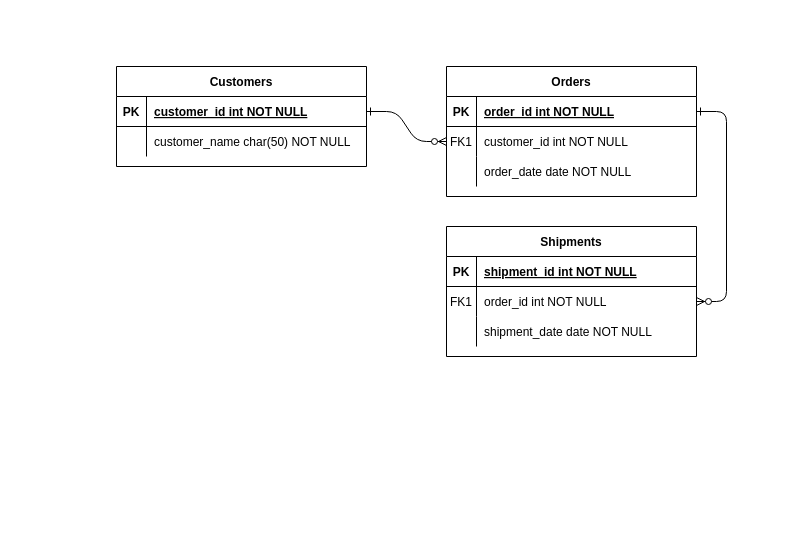
This is MoneyPlease/MoneyPleaseDataChart.drawio from jmc37/MoneyPlease, a draw.io file, before an edit. Source tidied: cells renumbered, new cells numbered last; positions are measured from the earlier drawing's top-left corner, leaving out a move shared by most shapes. Both pictures are drawn from the tidied source at 100%, with x=0, y=0 at pixel (116, 66).
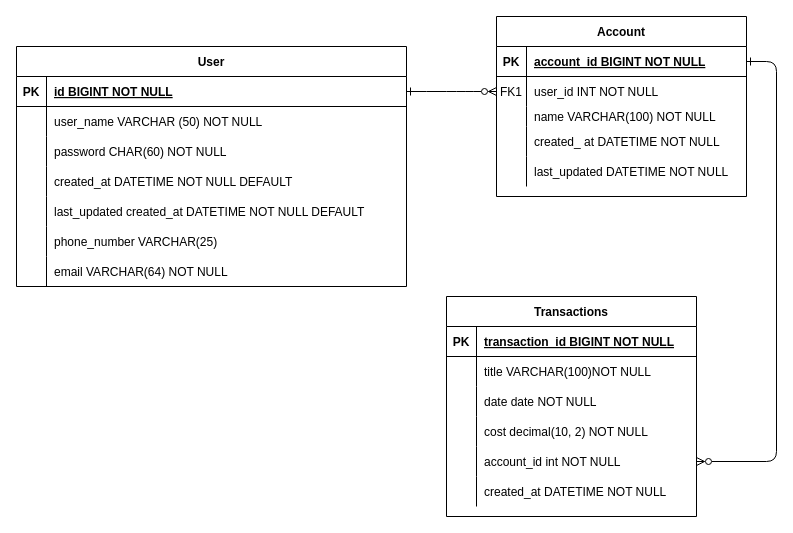
After the change.

The change refers to these unchanged cells:
```xml
<mxCell id="5" style="shape=partialRectangle;fillColor=none;points=[[0,0.5],[1,0.5]];portConstraint=eastwest;top=0;left=0;right=0;bottom=1;" parent="4" vertex="1">
  <mxGeometry y="30" width="250" height="30" as="geometry" />
</mxCell>
<mxCell id="8" style="shape=partialRectangle;fillColor=none;points=[[0,0.5],[1,0.5]];portConstraint=eastwest;top=0;left=0;right=0;bottom=0;" parent="4" vertex="1">
  <mxGeometry y="60" width="250" height="30" as="geometry" />
</mxCell>
<mxCell id="15" style="shape=partialRectangle;fillColor=none;top=0;left=0;right=0;bottom=1;" parent="14" vertex="1">
  <mxGeometry y="30" width="250" height="30" as="geometry" />
</mxCell>
<mxCell id="18" style="shape=partialRectangle;fillColor=none;points=[[0,0.5],[1,0.5]];portConstraint=eastwest;top=0;left=0;right=0;bottom=0;" parent="14" vertex="1">
  <mxGeometry y="60" width="250" height="30" as="geometry" />
</mxCell>
```

The edit, as a diff of the source:
```diff
@@
-    <mxCell id="2" style="edgeStyle=entityRelationEdgeStyle;endArrow=ERzeroToMany;startArrow=ERone;endFill=1;startFill=0;" parent="1" edge="1" source="25" target="8">
+    <mxCell id="2" style="edgeStyle=entityRelationEdgeStyle;endArrow=ERzeroToMany;startArrow=ERone;endFill=0;startFill=0;" parent="1" edge="1" source="25" target="8">
       <mxGeometry relative="1" as="geometry" />
     </mxCell>
-    <mxCell id="3" style="edgeStyle=entityRelationEdgeStyle;endArrow=ERzeroToMany;startArrow=ERone;endFill=1;startFill=0;" parent="1" edge="1" source="5" target="18">
+    <mxCell id="3" style="edgeStyle=entityRelationEdgeStyle;endArrow=ERzeroToMany;startArrow=ERone;endFill=0;startFill=0;" parent="1" edge="1" source="5" target="42">
       <mxGeometry relative="1" as="geometry" />
     </mxCell>
-    <mxCell id="4" value="Orders" style="shape=table;startSize=30;childLayout=tableLayout;rowLines=0;fontStyle=1;align=center;" parent="1" vertex="1">
-      <mxGeometry x="330" width="250" height="130" as="geometry" />
+    <mxCell id="4" value="Account" style="shape=table;startSize=30;childLayout=tableLayout;rowLines=0;fontStyle=1;align=center;" parent="1" vertex="1">
+      <mxGeometry x="380" y="-50" width="250" height="180" as="geometry" />
     </mxCell>
@@
-    <mxCell id="7" value="order_id int NOT NULL " style="shape=partialRectangle;overflow=hidden;fillColor=none;top=0;left=0;bottom=0;right=0;align=left;spacingLeft=6;fontStyle=5;" parent="5" vertex="1">
+    <mxCell id="7" value="account_id BIGINT NOT NULL" style="shape=partialRectangle;overflow=hidden;fillColor=none;top=0;left=0;bottom=0;right=0;align=left;spacingLeft=6;fontStyle=5;" parent="5" vertex="1">
       <mxGeometry x="30" width="220" height="30" as="geometry" />
     </mxCell>
@@
-    <mxCell id="10" value="customer_id int NOT NULL" style="shape=partialRectangle;overflow=hidden;fillColor=none;top=0;left=0;bottom=0;right=0;align=left;spacingLeft=6;" parent="8" vertex="1">
+    <mxCell id="10" value="user_id INT NOT NULL" style="shape=partialRectangle;overflow=hidden;fillColor=none;top=0;left=0;bottom=0;right=0;align=left;spacingLeft=6;" parent="8" vertex="1">
       <mxGeometry x="30" width="220" height="30" as="geometry" />
     </mxCell>
-    <mxCell id="11" style="shape=partialRectangle;fillColor=none;top=0;left=0;right=0;bottom=0;" parent="4" vertex="1">
-      <mxGeometry y="90" width="250" height="30" as="geometry" />
-    </mxCell>
-    <mxCell id="12" style="shape=partialRectangle;overflow=hidden;fillColor=none;top=0;left=0;bottom=0;right=0;" parent="11" vertex="1">
-      <mxGeometry width="30" height="30" as="geometry" />
-    </mxCell>
-    <mxCell id="13" value="order_date date NOT NULL" style="shape=partialRectangle;overflow=hidden;fillColor=none;top=0;left=0;bottom=0;right=0;align=left;spacingLeft=6;" parent="11" vertex="1">
-      <mxGeometry x="30" width="220" height="30" as="geometry" />
-    </mxCell>
+    <mxCell id="31" style="shape=partialRectangle;fillColor=none;top=0;left=0;right=0;bottom=0;" parent="4" vertex="1">
+      <mxGeometry y="90" width="250" height="20" as="geometry" />
+    </mxCell>
+    <mxCell id="32" style="shape=partialRectangle;overflow=hidden;fillColor=none;top=0;left=0;bottom=0;right=0;" parent="31" vertex="1">
+      <mxGeometry width="30" height="20" as="geometry" />
+    </mxCell>
+    <mxCell id="33" value="name VARCHAR(100) NOT NULL" style="shape=partialRectangle;overflow=hidden;fillColor=none;top=0;left=0;bottom=0;right=0;align=left;spacingLeft=6;" parent="31" vertex="1">
+      <mxGeometry x="30" width="220" height="20" as="geometry" />
+    </mxCell>
+    <mxCell id="34" style="shape=partialRectangle;fillColor=none;top=0;left=0;right=0;bottom=0;" parent="4" vertex="1">
+      <mxGeometry y="110" width="250" height="30" as="geometry" />
+    </mxCell>
+    <mxCell id="35" style="shape=partialRectangle;overflow=hidden;fillColor=none;top=0;left=0;bottom=0;right=0;" parent="34" vertex="1">
+      <mxGeometry width="30" height="30" as="geometry" />
+    </mxCell>
+    <mxCell id="36" value="created_ at DATETIME NOT NULL" style="shape=partialRectangle;overflow=hidden;fillColor=none;top=0;left=0;bottom=0;right=0;align=left;spacingLeft=6;" parent="34" vertex="1">
+      <mxGeometry x="30" width="220" height="30" as="geometry" />
+    </mxCell>
+    <mxCell id="37" style="shape=partialRectangle;fillColor=none;top=0;left=0;right=0;bottom=0;" parent="4" vertex="1">
+      <mxGeometry y="140" width="250" height="30" as="geometry" />
+    </mxCell>
+    <mxCell id="38" style="shape=partialRectangle;overflow=hidden;fillColor=none;top=0;left=0;bottom=0;right=0;" parent="37" vertex="1">
+      <mxGeometry width="30" height="30" as="geometry" />
+    </mxCell>
+    <mxCell id="39" value="last_updated DATETIME NOT NULL" style="shape=partialRectangle;overflow=hidden;fillColor=none;top=0;left=0;bottom=0;right=0;align=left;spacingLeft=6;" parent="37" vertex="1">
+      <mxGeometry x="30" width="220" height="30" as="geometry" />
+    </mxCell>
-    <mxCell id="14" value="Shipments" style="shape=table;startSize=30;childLayout=tableLayout;rowLines=0;fontStyle=1;align=center;" parent="1" vertex="1">
-      <mxGeometry x="330" y="160" width="250" height="130" as="geometry" />
+    <mxCell id="14" value="Transactions" style="shape=table;startSize=30;childLayout=tableLayout;rowLines=0;fontStyle=1;align=center;" parent="1" vertex="1">
+      <mxGeometry x="330" y="230" width="250" height="220" as="geometry" />
     </mxCell>
@@
-    <mxCell id="17" value="shipment_id int NOT NULL " style="shape=partialRectangle;overflow=hidden;fillColor=none;top=0;left=0;bottom=0;right=0;align=left;spacingLeft=6;fontStyle=5;" parent="15" vertex="1">
+    <mxCell id="17" value="transaction_id BIGINT NOT NULL" style="shape=partialRectangle;overflow=hidden;fillColor=none;top=0;left=0;bottom=0;right=0;align=left;spacingLeft=6;fontStyle=5;" parent="15" vertex="1">
       <mxGeometry x="30" width="220" height="30" as="geometry" />
     </mxCell>
@@
-    <mxCell id="19" value="FK1" style="shape=partialRectangle;overflow=hidden;fillColor=none;top=0;left=0;bottom=0;right=0;" parent="18" vertex="1">
+    <mxCell id="19" style="shape=partialRectangle;overflow=hidden;fillColor=none;top=0;left=0;bottom=0;right=0;" parent="18" vertex="1">
       <mxGeometry width="30" height="30" as="geometry" />
     </mxCell>
-    <mxCell id="20" value="order_id int NOT NULL" style="shape=partialRectangle;overflow=hidden;fillColor=none;top=0;left=0;bottom=0;right=0;align=left;spacingLeft=6;" parent="18" vertex="1">
+    <mxCell id="20" value="title VARCHAR(100)NOT NULL" style="shape=partialRectangle;overflow=hidden;fillColor=none;top=0;left=0;bottom=0;right=0;align=left;spacingLeft=6;" parent="18" vertex="1">
       <mxGeometry x="30" width="220" height="30" as="geometry" />
     </mxCell>
+    <mxCell id="11" style="shape=partialRectangle;fillColor=none;top=0;left=0;right=0;bottom=0;" parent="14" vertex="1">
+      <mxGeometry y="90" width="250" height="30" as="geometry" />
+    </mxCell>
+    <mxCell id="40" style="shape=partialRectangle;overflow=hidden;fillColor=none;top=0;left=0;bottom=0;right=0;" parent="11" vertex="1">
+      <mxGeometry width="30" height="30" as="geometry" />
+    </mxCell>
+    <mxCell id="41" value="date date NOT NULL" style="shape=partialRectangle;overflow=hidden;fillColor=none;top=0;left=0;bottom=0;right=0;align=left;spacingLeft=6;" parent="11" vertex="1">
+      <mxGeometry x="30" width="220" height="30" as="geometry" />
+    </mxCell>
     <mxCell id="21" style="shape=partialRectangle;fillColor=none;top=0;left=0;right=0;bottom=0;" parent="14" vertex="1">
-      <mxGeometry y="90" width="250" height="30" as="geometry" />
+      <mxGeometry y="120" width="250" height="30" as="geometry" />
     </mxCell>
@@
-    <mxCell id="23" value="shipment_date date NOT NULL" style="shape=partialRectangle;overflow=hidden;fillColor=none;top=0;left=0;bottom=0;right=0;align=left;spacingLeft=6;" parent="21" vertex="1">
+    <mxCell id="23" value="cost decimal(10, 2) NOT NULL" style="shape=partialRectangle;overflow=hidden;fillColor=none;top=0;left=0;bottom=0;right=0;align=left;spacingLeft=6;" parent="21" vertex="1">
       <mxGeometry x="30" width="220" height="30" as="geometry" />
     </mxCell>
+    <mxCell id="42" style="shape=partialRectangle;fillColor=none;points=[[0,0.5],[1,0.5]];portConstraint=eastwest;top=0;left=0;right=0;bottom=0;" parent="14" vertex="1">
+      <mxGeometry y="150" width="250" height="30" as="geometry" />
+    </mxCell>
+    <mxCell id="43" style="shape=partialRectangle;overflow=hidden;fillColor=none;top=0;left=0;bottom=0;right=0;" parent="42" vertex="1">
+      <mxGeometry width="30" height="30" as="geometry" />
+    </mxCell>
+    <mxCell id="44" value="account_id int NOT NULL" style="shape=partialRectangle;overflow=hidden;fillColor=none;top=0;left=0;bottom=0;right=0;align=left;spacingLeft=6;" parent="42" vertex="1">
+      <mxGeometry x="30" width="220" height="30" as="geometry" />
+    </mxCell>
+    <mxCell id="45" style="shape=partialRectangle;fillColor=none;top=0;left=0;right=0;bottom=0;" parent="14" vertex="1">
+      <mxGeometry y="180" width="250" height="30" as="geometry" />
+    </mxCell>
+    <mxCell id="46" style="shape=partialRectangle;overflow=hidden;fillColor=none;top=0;left=0;bottom=0;right=0;" parent="45" vertex="1">
+      <mxGeometry width="30" height="30" as="geometry" />
+    </mxCell>
+    <mxCell id="47" value="created_at DATETIME NOT NULL" style="shape=partialRectangle;overflow=hidden;fillColor=none;top=0;left=0;bottom=0;right=0;align=left;spacingLeft=6;" parent="45" vertex="1">
+      <mxGeometry x="30" width="220" height="30" as="geometry" />
+    </mxCell>
-    <mxCell id="24" value="Customers" style="shape=table;startSize=30;childLayout=tableLayout;rowLines=0;fontStyle=1;align=center;" parent="1" vertex="1">
-      <mxGeometry width="250" height="100" as="geometry" />
+    <mxCell id="24" value="User" style="shape=table;startSize=30;childLayout=tableLayout;rowLines=0;fontStyle=1;align=center;" parent="1" vertex="1">
+      <mxGeometry x="-100" y="-20" width="390" height="240" as="geometry" />
     </mxCell>
     <mxCell id="25" style="shape=partialRectangle;fillColor=none;points=[[0,0.5],[1,0.5]];portConstraint=eastwest;top=0;left=0;right=0;bottom=1;" parent="24" vertex="1">
-      <mxGeometry y="30" width="250" height="30" as="geometry" />
+      <mxGeometry y="30" width="390" height="30" as="geometry" />
     </mxCell>
@@
-    <mxCell id="27" value="customer_id int NOT NULL " style="shape=partialRectangle;overflow=hidden;fillColor=none;top=0;left=0;bottom=0;right=0;align=left;spacingLeft=6;fontStyle=5;" parent="25" vertex="1">
-      <mxGeometry x="30" width="220" height="30" as="geometry" />
+    <mxCell id="27" value="id BIGINT NOT NULL " style="shape=partialRectangle;overflow=hidden;fillColor=none;top=0;left=0;bottom=0;right=0;align=left;spacingLeft=6;fontStyle=5;" parent="25" vertex="1">
+      <mxGeometry x="30" width="360" height="30" as="geometry" />
     </mxCell>
     <mxCell id="28" style="shape=partialRectangle;fillColor=none;top=0;left=0;right=0;bottom=0;" parent="24" vertex="1">
-      <mxGeometry y="60" width="250" height="30" as="geometry" />
+      <mxGeometry y="60" width="390" height="30" as="geometry" />
     </mxCell>
@@
-    <mxCell id="30" value="customer_name char(50) NOT NULL" style="shape=partialRectangle;overflow=hidden;fillColor=none;top=0;left=0;bottom=0;right=0;align=left;spacingLeft=6;" parent="28" vertex="1">
-      <mxGeometry x="30" width="220" height="30" as="geometry" />
+    <mxCell id="30" value="user_name VARCHAR (50) NOT NULL" style="shape=partialRectangle;overflow=hidden;fillColor=none;top=0;left=0;bottom=0;right=0;align=left;spacingLeft=6;" parent="28" vertex="1">
+      <mxGeometry x="30" width="360" height="30" as="geometry" />
     </mxCell>
+    <mxCell id="48" style="shape=partialRectangle;fillColor=none;top=0;left=0;right=0;bottom=0;" parent="24" vertex="1">
+      <mxGeometry y="90" width="390" height="30" as="geometry" />
+    </mxCell>
+    <mxCell id="49" style="shape=partialRectangle;overflow=hidden;fillColor=none;top=0;left=0;bottom=0;right=0;" parent="48" vertex="1">
+      <mxGeometry width="30" height="30" as="geometry" />
+    </mxCell>
+    <mxCell id="50" value="password CHAR(60) NOT NULL" style="shape=partialRectangle;overflow=hidden;fillColor=none;top=0;left=0;bottom=0;right=0;align=left;spacingLeft=6;" parent="48" vertex="1">
+      <mxGeometry x="30" width="360" height="30" as="geometry" />
+    </mxCell>
+    <mxCell id="51" style="shape=partialRectangle;fillColor=none;top=0;left=0;right=0;bottom=0;" parent="24" vertex="1">
+      <mxGeometry y="120" width="390" height="30" as="geometry" />
+    </mxCell>
+    <mxCell id="52" style="shape=partialRectangle;overflow=hidden;fillColor=none;top=0;left=0;bottom=0;right=0;" parent="51" vertex="1">
+      <mxGeometry width="30" height="30" as="geometry" />
+    </mxCell>
+    <mxCell id="53" value="created_at DATETIME NOT NULL DEFAULT" style="shape=partialRectangle;overflow=hidden;fillColor=none;top=0;left=0;bottom=0;right=0;align=left;spacingLeft=6;" parent="51" vertex="1">
+      <mxGeometry x="30" width="360" height="30" as="geometry" />
+    </mxCell>
+    <mxCell id="54" style="shape=partialRectangle;fillColor=none;top=0;left=0;right=0;bottom=0;" parent="24" vertex="1">
+      <mxGeometry y="150" width="390" height="30" as="geometry" />
+    </mxCell>
+    <mxCell id="55" style="shape=partialRectangle;overflow=hidden;fillColor=none;top=0;left=0;bottom=0;right=0;" parent="54" vertex="1">
+      <mxGeometry width="30" height="30" as="geometry" />
+    </mxCell>
+    <mxCell id="56" value="last_updated created_at DATETIME NOT NULL DEFAULT" style="shape=partialRectangle;overflow=hidden;fillColor=none;top=0;left=0;bottom=0;right=0;align=left;spacingLeft=6;" parent="54" vertex="1">
+      <mxGeometry x="30" width="360" height="30" as="geometry" />
+    </mxCell>
+    <mxCell id="57" style="shape=partialRectangle;fillColor=none;top=0;left=0;right=0;bottom=0;" parent="24" vertex="1">
+      <mxGeometry y="180" width="390" height="30" as="geometry" />
+    </mxCell>
+    <mxCell id="58" style="shape=partialRectangle;overflow=hidden;fillColor=none;top=0;left=0;bottom=0;right=0;" parent="57" vertex="1">
+      <mxGeometry width="30" height="30" as="geometry" />
+    </mxCell>
+    <mxCell id="59" value="phone_number VARCHAR(25)" style="shape=partialRectangle;overflow=hidden;fillColor=none;top=0;left=0;bottom=0;right=0;align=left;spacingLeft=6;" parent="57" vertex="1">
+      <mxGeometry x="30" width="360" height="30" as="geometry" />
+    </mxCell>
+    <mxCell id="60" style="shape=partialRectangle;fillColor=none;top=0;left=0;right=0;bottom=0;" parent="24" vertex="1">
+      <mxGeometry y="210" width="390" height="30" as="geometry" />
+    </mxCell>
+    <mxCell id="61" style="shape=partialRectangle;overflow=hidden;fillColor=none;top=0;left=0;bottom=0;right=0;" parent="60" vertex="1">
+      <mxGeometry width="30" height="30" as="geometry" />
+    </mxCell>
+    <mxCell id="62" value="email VARCHAR(64) NOT NULL" style="shape=partialRectangle;overflow=hidden;fillColor=none;top=0;left=0;bottom=0;right=0;align=left;spacingLeft=6;" parent="60" vertex="1">
+      <mxGeometry x="30" width="360" height="30" as="geometry" />
+    </mxCell>
```
